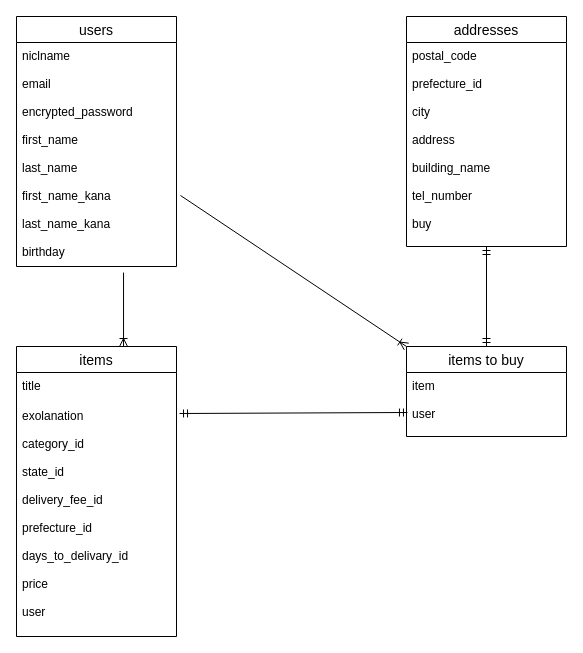
kblock410/furima-32568 keeps this draw.io diagram as er.dio. Above is the earlier version. Source tidied: cells renumbered, new cells numbered last; positions are measured from the earlier drawing's top-left corner, leaving out a move shared by most shapes. Both pictures are drawn from the tidied source at 100%, with x=0, y=0 at pixel (16, 16).
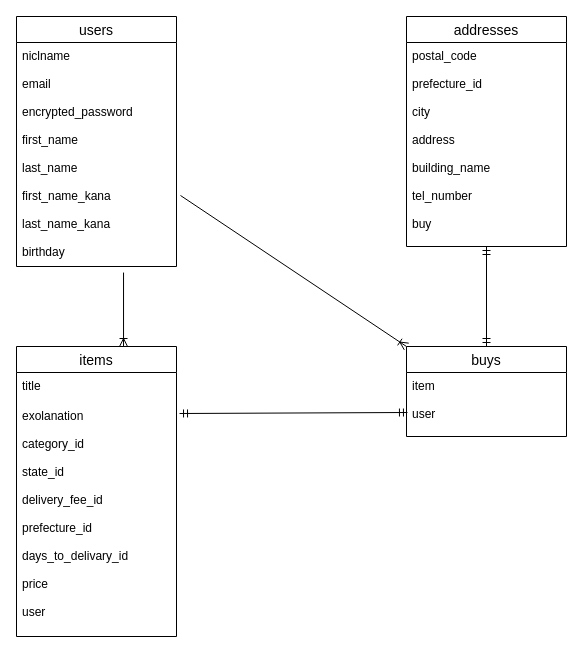
The same diagram, later.

The edit, as a diff of the source:
```diff
@@
 <mxGraphModel>
   <root>
     <mxCell id="0" />
     <mxCell id="1" parent="0" />
     <mxCell id="2" value="users" style="swimlane;fontStyle=0;horizontal=1;startSize=26;align=center;fontSize=14;" parent="1" vertex="1">
       <mxGeometry width="160" height="250" as="geometry" />
     </mxCell>
     <mxCell id="3" value="niclname&#10;&#10;email&#10;&#10;encrypted_password&#10;&#10;first_name&#10;&#10;last_name&#10;&#10;first_name_kana&#10;&#10;last_name_kana&#10;&#10;birthday" style="text;strokeColor=none;fillColor=none;spacingLeft=4;spacingRight=4;overflow=hidden;points=[[0,0.5],[1,0.5]];portConstraint=eastwest;fontSize=12;" parent="2" vertex="1">
       <mxGeometry y="26" width="160" height="224" as="geometry" />
     </mxCell>
     <mxCell id="4" value="items" style="swimlane;fontStyle=0;horizontal=1;startSize=26;align=center;fontSize=14;" parent="1" vertex="1">
       <mxGeometry y="330" width="160" height="290" as="geometry" />
     </mxCell>
     <mxCell id="5" value="title&#10;&#10;" style="text;strokeColor=none;fillColor=none;spacingLeft=4;spacingRight=4;overflow=hidden;fontSize=12;" parent="4" vertex="1">
       <mxGeometry y="26" width="160" height="30" as="geometry" />
     </mxCell>
     <mxCell id="6" value="exolanation&#10;&#10;category_id&#10;&#10;state_id&#10;&#10;delivery_fee_id&#10;&#10;prefecture_id&#10;&#10;days_to_delivary_id&#10;&#10;price&#10;&#10;user" style="text;strokeColor=none;fillColor=none;spacingLeft=4;spacingRight=4;overflow=hidden;points=[[0,0.5],[1,0.5]];portConstraint=eastwest;fontSize=12;" parent="4" vertex="1">
       <mxGeometry y="56" width="160" height="234" as="geometry" />
     </mxCell>
     <mxCell id="7" value="addresses" style="swimlane;fontStyle=0;horizontal=1;startSize=26;align=center;fontSize=14;" parent="1" vertex="1">
       <mxGeometry x="390" width="160" height="230" as="geometry" />
     </mxCell>
     <mxCell id="8" value="postal_code&#10;&#10;prefecture_id&#10;&#10;city&#10;&#10;address&#10;&#10;building_name&#10;&#10;tel_number&#10;&#10;buy&#10;&#10;" style="text;strokeColor=none;fillColor=none;spacingLeft=4;spacingRight=4;overflow=hidden;points=[[0,0.5],[1,0.5]];portConstraint=eastwest;fontSize=12;" parent="7" vertex="1">
       <mxGeometry y="26" width="160" height="204" as="geometry" />
     </mxCell>
-    <mxCell id="9" value="items to buy" style="swimlane;fontStyle=0;horizontal=1;startSize=26;align=center;fontSize=14;" parent="1" vertex="1">
+    <mxCell id="9" value="buys" style="swimlane;fontStyle=0;horizontal=1;startSize=26;align=center;fontSize=14;" parent="1" vertex="1">
       <mxGeometry x="390" y="330" width="160" height="90" as="geometry" />
     </mxCell>
     <mxCell id="10" value="item&#10;&#10;user" style="text;strokeColor=none;fillColor=none;spacingLeft=4;spacingRight=4;overflow=hidden;points=[[0,0.5],[1,0.5]];portConstraint=eastwest;fontSize=12;" parent="9" vertex="1">
       <mxGeometry y="26" width="160" height="64" as="geometry" />
     </mxCell>
     <mxCell id="11" style="fontSize=12;html=1;endArrow=ERoneToMany;exitX=1.025;exitY=0.683;exitDx=0;exitDy=0;exitPerimeter=0;entryX=0;entryY=0;entryDx=0;entryDy=0;" parent="1" edge="1" source="3" target="9">
       <mxGeometry relative="1" as="geometry" />
     </mxCell>
     <mxCell id="12" style="fontSize=12;html=1;endArrow=ERmandOne;startArrow=ERmandOne;entryX=0.5;entryY=1;entryDx=0;entryDy=0;entryPerimeter=0;exitX=0.5;exitY=0;exitDx=0;exitDy=0;" parent="1" edge="1" source="9" target="8">
       <mxGeometry relative="1" as="geometry" />
     </mxCell>
     <mxCell id="13" style="fontSize=12;html=1;endArrow=ERoneToMany;exitX=0.669;exitY=1.027;exitDx=0;exitDy=0;exitPerimeter=0;entryX=0.669;entryY=0;entryDx=0;entryDy=0;entryPerimeter=0;" parent="1" edge="1" source="3" target="4">
       <mxGeometry relative="1" as="geometry" />
     </mxCell>
     <mxCell id="14" style="fontSize=12;html=1;endArrow=ERmandOne;startArrow=ERmandOne;exitX=1.019;exitY=0.047;exitDx=0;exitDy=0;exitPerimeter=0;entryX=0.006;entryY=0.625;entryDx=0;entryDy=0;entryPerimeter=0;" parent="1" edge="1" source="6" target="10">
       <mxGeometry relative="1" as="geometry" />
     </mxCell>
   </root>
 </mxGraphModel>
```
